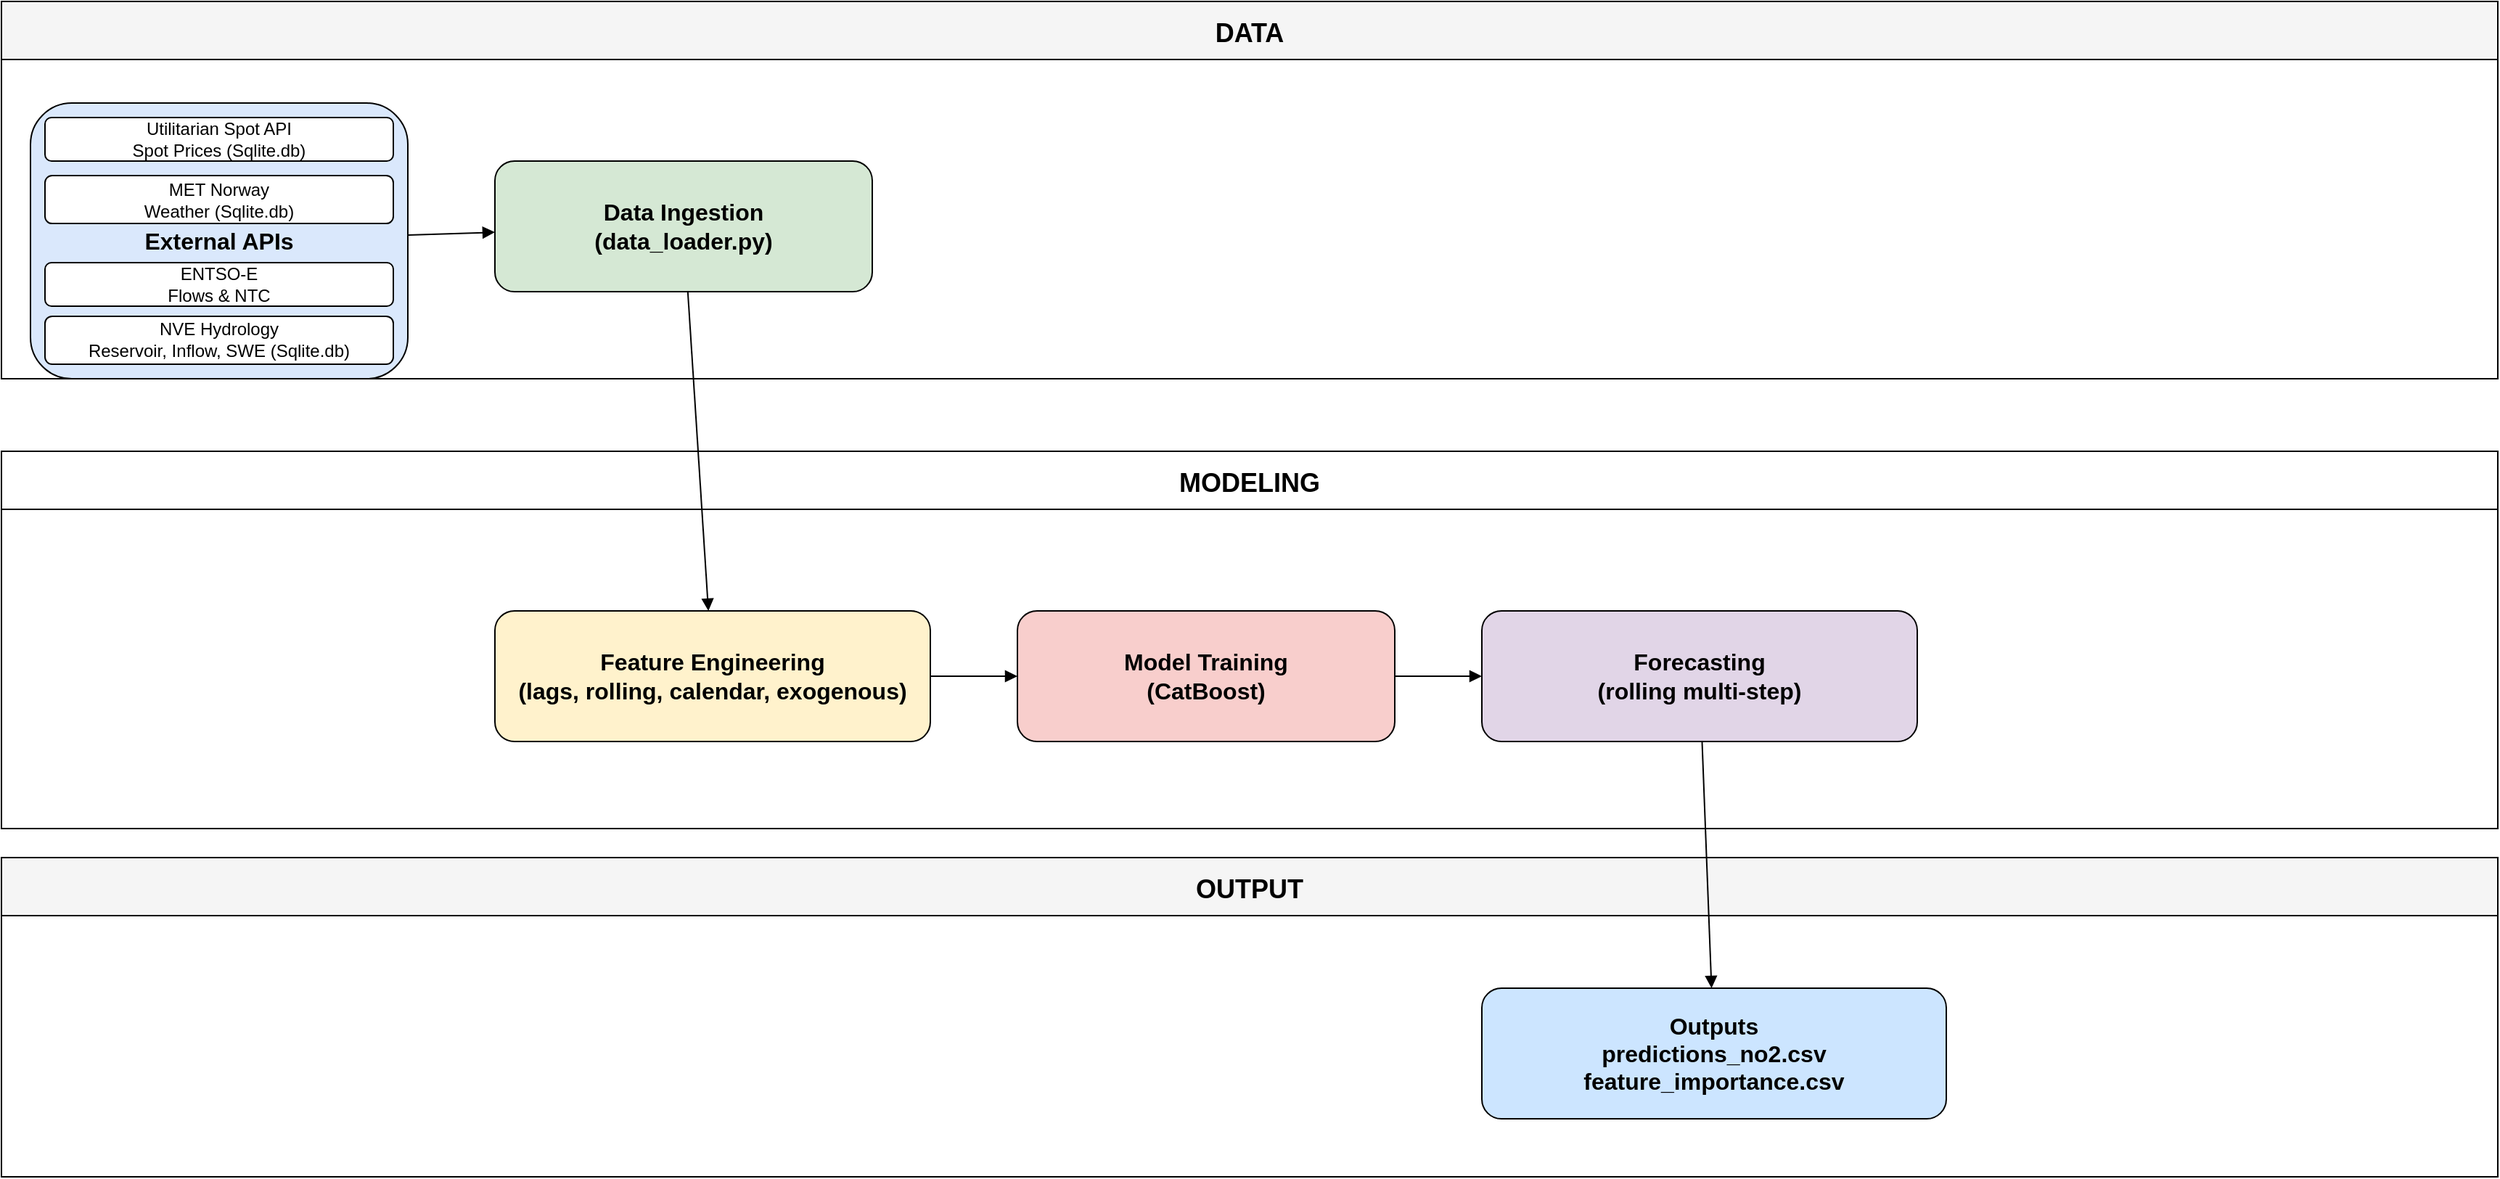
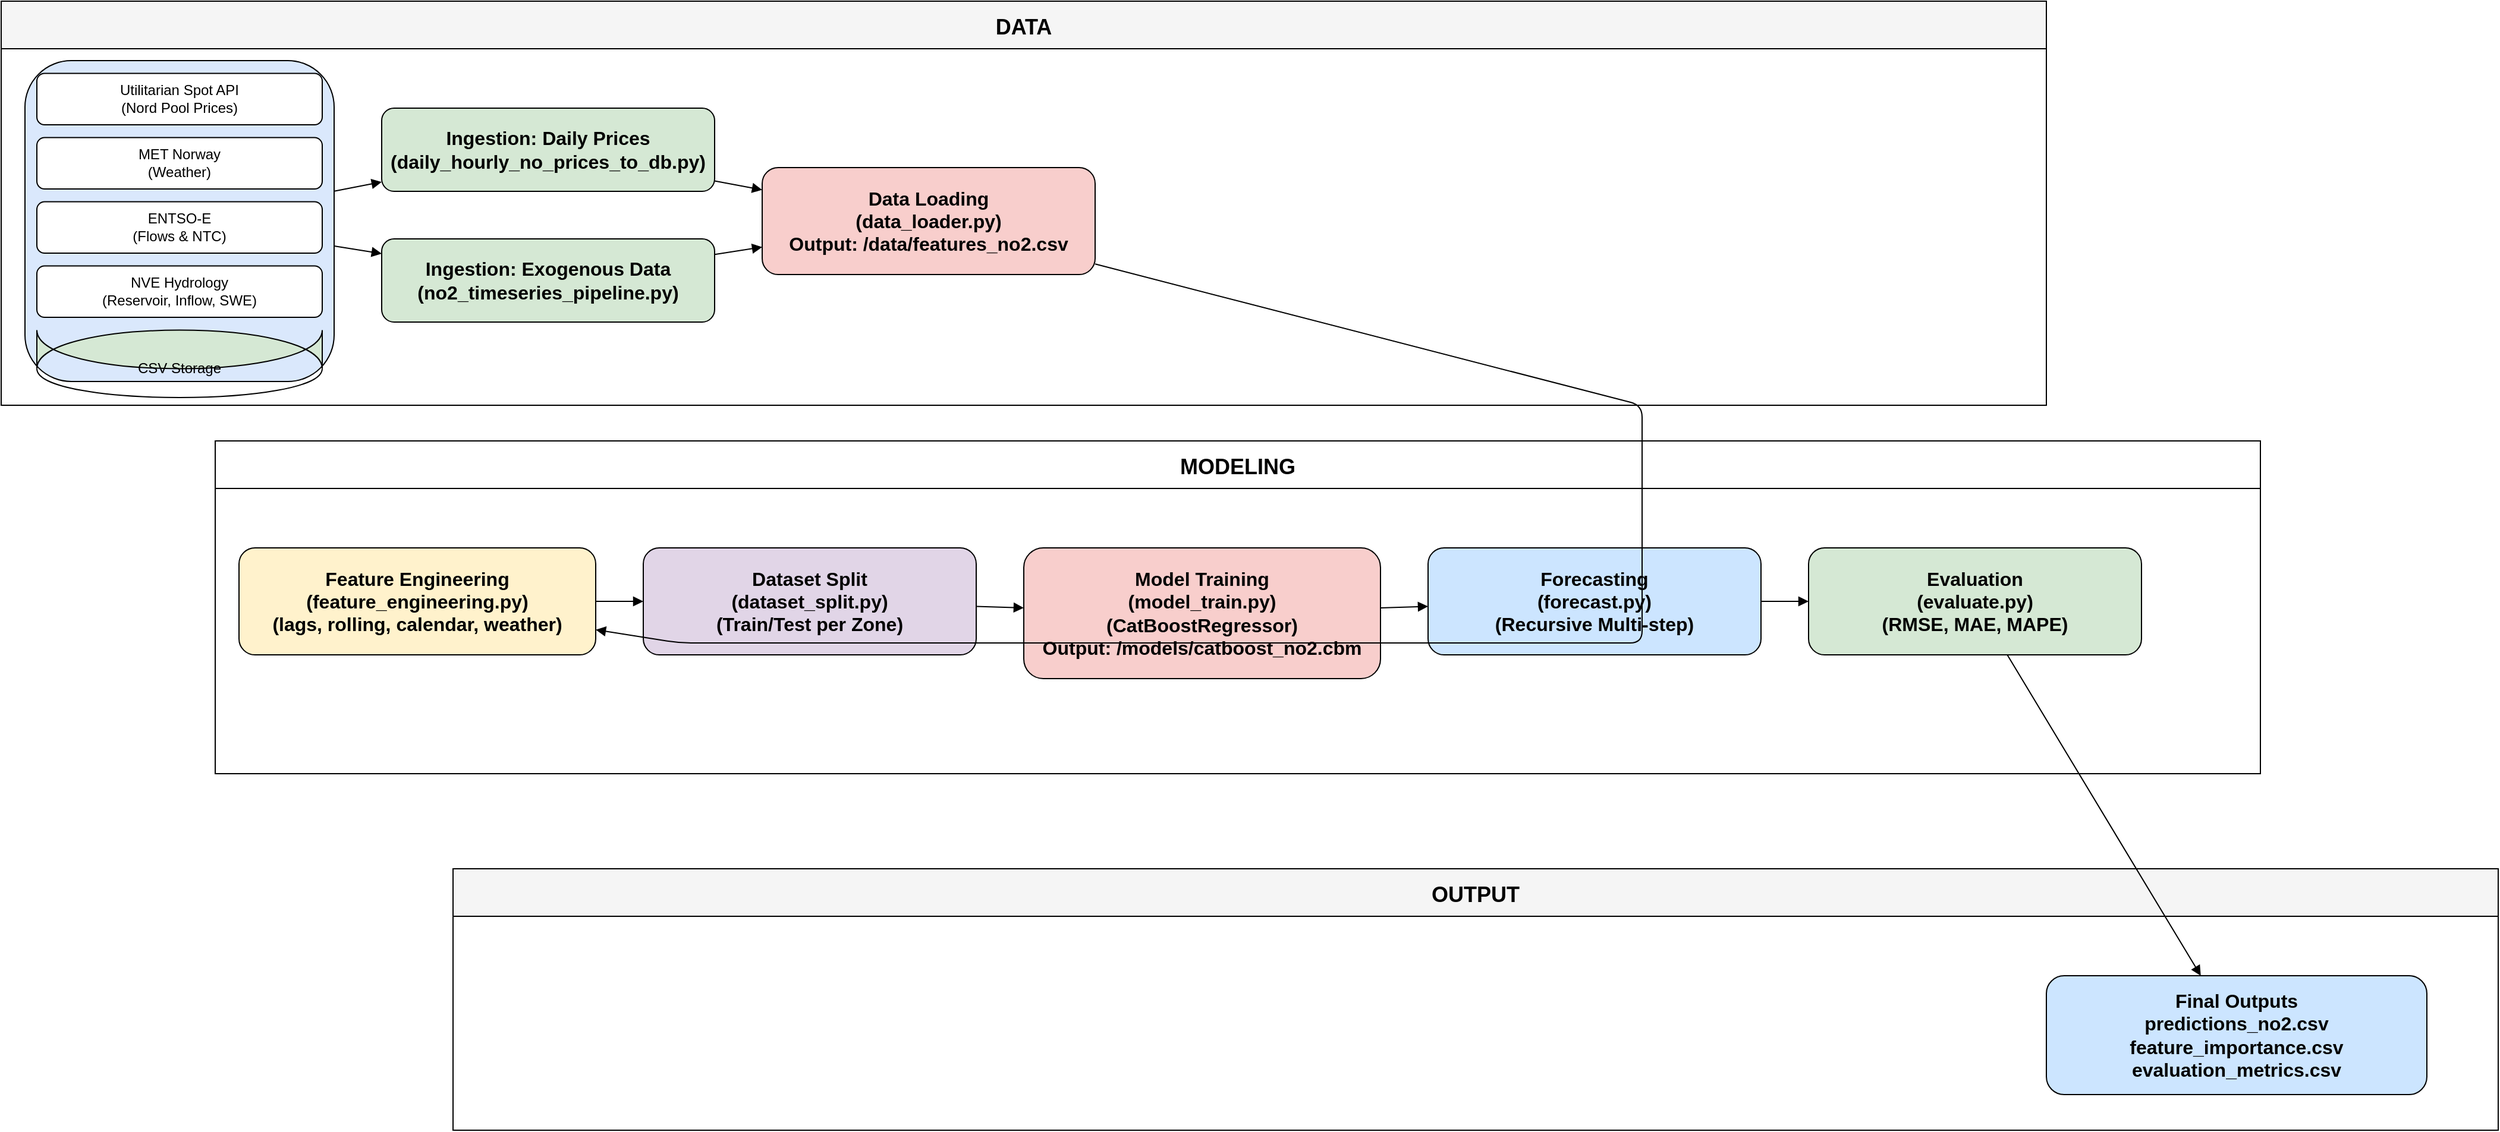
<mxfile host="65bd71144e">
    <diagram id="cSwg0_RF1uVXhF2rL05V" name="NO2 Forecasting Pipeline">
-         <mxGraphModel dx="1168" dy="1534" grid="1" gridSize="10" guides="1" tooltips="1" connect="1" arrows="1" fold="1" page="1" pageScale="1" pageWidth="850" pageHeight="1100" math="0" shadow="0">
+         <mxGraphModel dx="3173" dy="2213" grid="1" gridSize="10" guides="1" tooltips="1" connect="1" arrows="1" fold="1" page="1" pageScale="1" pageWidth="850" pageHeight="1100" math="0" shadow="0">
            <root>
                <mxCell id="0"/>
                <mxCell id="1" parent="0"/>
-                 <mxCell id="2" value="DATA" style="swimlane;horizontal=1;startSize=40;fillColor=#f5f5f5;fontSize=18;fontStyle=1;" parent="1" vertex="1">
-                     <mxGeometry x="20" y="-10" width="1720" height="260" as="geometry"/>
+                 <mxCell id="data_swimlane" value="DATA" style="swimlane;horizontal=1;startSize=40;fillColor=#f5f5f5;fontSize=18;fontStyle=1;" vertex="1" parent="1">
+                     <mxGeometry x="-400" y="-140" width="1720" height="340" as="geometry"/>
                </mxCell>
-                 <mxCell id="3" value="External APIs" style="rounded=1;whiteSpace=wrap;html=1;fillColor=#dae8fc;fontSize=16;fontStyle=1" parent="2" vertex="1">
-                     <mxGeometry x="20" y="70" width="260" height="190" as="geometry"/>
+                 <mxCell id="external_apis_group" value="External APIs" style="rounded=1;whiteSpace=wrap;html=1;fillColor=#dae8fc;fontSize=16;fontStyle=1" vertex="1" parent="data_swimlane">
+                     <mxGeometry x="20" y="50" width="260" height="270" as="geometry"/>
                </mxCell>
-                 <mxCell id="4" value="Utilitarian Spot API&lt;br&gt;Spot Prices (Sqlite.db)" style="rounded=1;whiteSpace=wrap;html=1;" parent="3" vertex="1">
-                     <mxGeometry x="10" y="10" width="240" height="30" as="geometry"/>
+                 <mxCell id="api_spot" value="Utilitarian Spot API&lt;br&gt;(Nord Pool Prices)" style="rounded=1;whiteSpace=wrap;html=1;" vertex="1" parent="external_apis_group">
+                     <mxGeometry x="10" y="10.8" width="240" height="43.2" as="geometry"/>
                </mxCell>
-                 <mxCell id="5" value="MET Norway&lt;br&gt;Weather (Sqlite.db)" style="rounded=1;whiteSpace=wrap;html=1;" parent="3" vertex="1">
-                     <mxGeometry x="10" y="50" width="240" height="33.06" as="geometry"/>
+                 <mxCell id="api_met" value="MET Norway&lt;br&gt;(Weather)" style="rounded=1;whiteSpace=wrap;html=1;" vertex="1" parent="external_apis_group">
+                     <mxGeometry x="10" y="64.80000000000001" width="240" height="43.2" as="geometry"/>
                </mxCell>
-                 <mxCell id="6" value="ENTSO-E&#xa;Flows &amp; NTC" style="rounded=1;whiteSpace=wrap;html=1;" parent="3" vertex="1">
-                     <mxGeometry x="10" y="110" width="240" height="30" as="geometry"/>
+                 <mxCell id="api_entsoe" value="ENTSO-E&lt;br&gt;(Flows &amp; NTC)" style="rounded=1;whiteSpace=wrap;html=1;" vertex="1" parent="external_apis_group">
+                     <mxGeometry x="10" y="118.80000000000001" width="240" height="43.2" as="geometry"/>
                </mxCell>
-                 <mxCell id="7" value="NVE Hydrology&lt;br&gt;Reservoir, Inflow, SWE (Sqlite.db)" style="rounded=1;whiteSpace=wrap;html=1;" parent="3" vertex="1">
-                     <mxGeometry x="10" y="146.95" width="240" height="33.05" as="geometry"/>
+                 <mxCell id="api_nve" value="NVE Hydrology&lt;br&gt;(Reservoir, Inflow, SWE)" style="rounded=1;whiteSpace=wrap;html=1;" vertex="1" parent="external_apis_group">
+                     <mxGeometry x="10" y="172.8" width="240" height="43.2" as="geometry"/>
                </mxCell>
-                 <mxCell id="8" value="Data Ingestion&#xa;(data_loader.py)" style="rounded=1;whiteSpace=wrap;html=1;fillColor=#d5e8d4;fontSize=16;fontStyle=1" parent="2" vertex="1">
-                     <mxGeometry x="340" y="110" width="260" height="90" as="geometry"/>
+                 <mxCell id="csv_storage_data" value="CSV Storage" style="shape=cylinder;whiteSpace=wrap;html=1;boundedLbl=1;backgroundOutline=1;size=15;fillColor=#d5e8d4;" vertex="1" parent="external_apis_group">
+                     <mxGeometry x="10" y="226.8" width="240" height="32.400000000000006" as="geometry"/>
                </mxCell>
-                 <mxCell id="9" value="MODELING" style="swimlane;horizontal=1;startSize=40;fillColor=#ffffff;fontSize=18;fontStyle=1;" parent="1" vertex="1">
-                     <mxGeometry x="20" y="300" width="1720" height="260" as="geometry"/>
+                 <mxCell id="ingest_prices" value="Ingestion: Daily Prices&lt;br&gt;(daily_hourly_no_prices_to_db.py)" style="rounded=1;whiteSpace=wrap;html=1;fillColor=#d5e8d4;fontSize=16;fontStyle=1" vertex="1" parent="data_swimlane">
+                     <mxGeometry x="320" y="90" width="280" height="70" as="geometry"/>
                </mxCell>
-                 <mxCell id="10" value="Feature Engineering&#xa;(lags, rolling, calendar, exogenous)" style="rounded=1;whiteSpace=wrap;html=1;fillColor=#fff2cc;fontSize=16;fontStyle=1" parent="9" vertex="1">
-                     <mxGeometry x="340" y="110" width="300" height="90" as="geometry"/>
+                 <mxCell id="ingest_exogenous" value="Ingestion: Exogenous Data&lt;br&gt;(no2_timeseries_pipeline.py)" style="rounded=1;whiteSpace=wrap;html=1;fillColor=#d5e8d4;fontSize=16;fontStyle=1" vertex="1" parent="data_swimlane">
+                     <mxGeometry x="320" y="200" width="280" height="70" as="geometry"/>
                </mxCell>
-                 <mxCell id="11" value="Model Training&#xa;(CatBoost)" style="rounded=1;whiteSpace=wrap;html=1;fillColor=#f8cecc;fontSize=16;fontStyle=1" parent="9" vertex="1">
-                     <mxGeometry x="700" y="110" width="260" height="90" as="geometry"/>
+                 <mxCell id="data_loader" value="Data Loading&lt;br&gt;(data_loader.py)&lt;br&gt;Output: /data/features_no2.csv" style="rounded=1;whiteSpace=wrap;html=1;fillColor=#f8cecc;fontSize=16;fontStyle=1" vertex="1" parent="data_swimlane">
+                     <mxGeometry x="640" y="140" width="280" height="90" as="geometry"/>
                </mxCell>
-                 <mxCell id="12" value="Forecasting&#xa;(rolling multi-step)" style="rounded=1;whiteSpace=wrap;html=1;fillColor=#e1d5e7;fontSize=16;fontStyle=1" parent="9" vertex="1">
-                     <mxGeometry x="1020" y="110" width="300" height="90" as="geometry"/>
+                 <mxCell id="modeling_swimlane" value="MODELING" style="swimlane;horizontal=1;startSize=40;fillColor=#ffffff;fontSize=18;fontStyle=1;" vertex="1" parent="1">
+                     <mxGeometry x="-220" y="230" width="1720" height="280" as="geometry"/>
                </mxCell>
-                 <mxCell id="13" value="OUTPUT" style="swimlane;horizontal=1;startSize=40;fillColor=#f5f5f5;fontSize=18;fontStyle=1;" parent="1" vertex="1">
-                     <mxGeometry x="20" y="580" width="1720" height="220" as="geometry"/>
+                 <mxCell id="feature_engineering" value="Feature Engineering&lt;br&gt;(feature_engineering.py)&lt;br&gt;(lags, rolling, calendar, weather)" style="rounded=1;whiteSpace=wrap;html=1;fillColor=#fff2cc;fontSize=16;fontStyle=1" vertex="1" parent="modeling_swimlane">
+                     <mxGeometry x="20" y="90" width="300" height="90" as="geometry"/>
                </mxCell>
-                 <mxCell id="14" value="Outputs&#xa;predictions_no2.csv&#xa;feature_importance.csv" style="rounded=1;whiteSpace=wrap;html=1;fillColor=#cce5ff;fontSize=16;fontStyle=1" parent="13" vertex="1">
-                     <mxGeometry x="1020" y="90" width="320" height="90" as="geometry"/>
+                 <mxCell id="dataset_split" value="Dataset Split&lt;br&gt;(dataset_split.py)&lt;br&gt;(Train/Test per Zone)" style="rounded=1;whiteSpace=wrap;html=1;fillColor=#e1d5e7;fontSize=16;fontStyle=1" vertex="1" parent="modeling_swimlane">
+                     <mxGeometry x="360" y="90" width="280" height="90" as="geometry"/>
                </mxCell>
-                 <mxCell id="15" style="endArrow=block;" parent="1" source="3" target="8" edge="1">
+                 <mxCell id="model_train" value="Model Training&lt;br&gt;(model_train.py)&lt;br&gt;(CatBoostRegressor)&lt;br&gt;Output: /models/catboost_no2.cbm" style="rounded=1;whiteSpace=wrap;html=1;fillColor=#f8cecc;fontSize=16;fontStyle=1" vertex="1" parent="modeling_swimlane">
+                     <mxGeometry x="680" y="90" width="300" height="110" as="geometry"/>
+                 </mxCell>
+                 <mxCell id="forecasting" value="Forecasting&lt;br&gt;(forecast.py)&lt;br&gt;(Recursive Multi-step)" style="rounded=1;whiteSpace=wrap;html=1;fillColor=#cce5ff;fontSize=16;fontStyle=1" vertex="1" parent="modeling_swimlane">
+                     <mxGeometry x="1020" y="90" width="280" height="90" as="geometry"/>
+                 </mxCell>
+                 <mxCell id="evaluation" value="Evaluation&lt;br&gt;(evaluate.py)&lt;br&gt;(RMSE, MAE, MAPE)" style="rounded=1;whiteSpace=wrap;html=1;fillColor=#d5e8d4;fontSize=16;fontStyle=1" vertex="1" parent="modeling_swimlane">
+                     <mxGeometry x="1340" y="90" width="280" height="90" as="geometry"/>
+                 </mxCell>
+                 <mxCell id="output_swimlane" value="OUTPUT" style="swimlane;horizontal=1;startSize=40;fillColor=#f5f5f5;fontSize=18;fontStyle=1;" vertex="1" parent="1">
+                     <mxGeometry x="-20" y="590" width="1720" height="220" as="geometry"/>
+                 </mxCell>
+                 <mxCell id="final_outputs" value="Final Outputs&lt;br&gt;predictions_no2.csv&lt;br&gt;feature_importance.csv&lt;br&gt;evaluation_metrics.csv" style="rounded=1;whiteSpace=wrap;html=1;fillColor=#cce5ff;fontSize=16;fontStyle=1" vertex="1" parent="output_swimlane">
+                     <mxGeometry x="1340" y="90" width="320" height="100" as="geometry"/>
+                 </mxCell>
+                 <mxCell id="e1" style="endArrow=block;" edge="1" parent="1" source="external_apis_group" target="ingest_prices">
+                     <mxGeometry relative="1" as="geometry">
+                         <mxPoint x="290" y="160" as="sourcePoint"/>
+                         <mxPoint x="320" y="125" as="targetPoint"/>
+                     </mxGeometry>
+                 </mxCell>
+                 <mxCell id="e2" style="endArrow=block;" edge="1" parent="1" source="external_apis_group" target="ingest_exogenous">
+                     <mxGeometry relative="1" as="geometry">
+                         <mxPoint x="290" y="270" as="sourcePoint"/>
+                         <mxPoint x="320" y="235" as="targetPoint"/>
+                     </mxGeometry>
+                 </mxCell>
+                 <mxCell id="e3" style="endArrow=block;" edge="1" parent="1" source="ingest_prices" target="data_loader">
                    <mxGeometry relative="1" as="geometry"/>
                </mxCell>
-                 <mxCell id="16" style="endArrow=block;" parent="1" source="8" target="10" edge="1">
+                 <mxCell id="e4" style="endArrow=block;" edge="1" parent="1" source="ingest_exogenous" target="data_loader">
                    <mxGeometry relative="1" as="geometry"/>
                </mxCell>
-                 <mxCell id="17" style="endArrow=block;" parent="1" source="10" target="11" edge="1">
+                 <mxCell id="e5" style="endArrow=block;" edge="1" parent="1" source="data_loader" target="feature_engineering">
+                     <mxGeometry relative="1" as="geometry">
+                         <mxPoint x="930" y="200" as="sourcePoint"/>
+                         <mxPoint x="170" y="470" as="targetPoint"/>
+                         <Array as="points">
+                             <mxPoint x="980" y="200"/>
+                             <mxPoint x="980" y="400"/>
+                             <mxPoint x="170" y="400"/>
+                         </Array>
+                     </mxGeometry>
+                 </mxCell>
+                 <mxCell id="e6" style="endArrow=block;" edge="1" parent="1" source="feature_engineering" target="dataset_split">
                    <mxGeometry relative="1" as="geometry"/>
                </mxCell>
-                 <mxCell id="18" style="endArrow=block;" parent="1" source="11" target="12" edge="1">
+                 <mxCell id="e7" style="endArrow=block;" edge="1" parent="1" source="dataset_split" target="model_train">
                    <mxGeometry relative="1" as="geometry"/>
                </mxCell>
-                 <mxCell id="19" style="endArrow=block;" parent="1" source="12" target="14" edge="1">
+                 <mxCell id="e8" style="endArrow=block;" edge="1" parent="1" source="model_train" target="forecasting">
                    <mxGeometry relative="1" as="geometry"/>
+                 </mxCell>
+                 <mxCell id="e9" style="endArrow=block;" edge="1" parent="1" source="forecasting" target="evaluation">
+                     <mxGeometry relative="1" as="geometry"/>
+                 </mxCell>
+                 <mxCell id="e10" style="endArrow=block;" edge="1" parent="1" source="evaluation" target="final_outputs">
+                     <mxGeometry relative="1" as="geometry">
+                         <mxPoint x="1480" y="600" as="sourcePoint"/>
+                         <mxPoint x="1480" y="850" as="targetPoint"/>
+                     </mxGeometry>
                </mxCell>
            </root>
        </mxGraphModel>
    </diagram>
</mxfile>